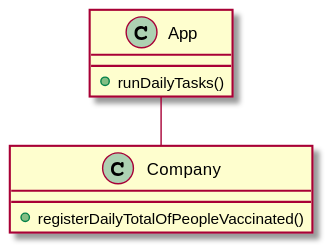
The PlantUML diagram docs/SprintD/US006/US006_CD.svg in Pirussa/lei-22-s2-1da-g02, before a commit.
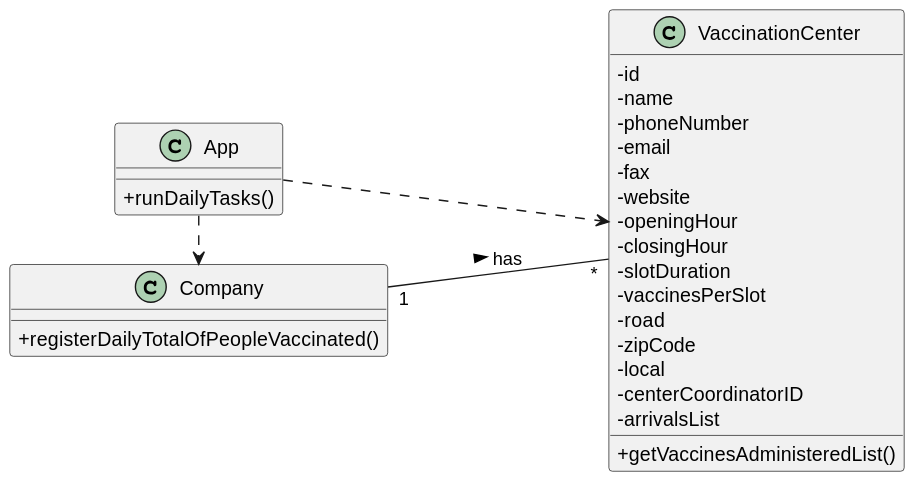
Above is the later version.

The edit, as a diff of the source:
```diff
@@ -1,10 +1,29 @@
 @startuml
 
-
+skinparam classAttributeIconSize 0
 
 
 class App{
 +runDailyTasks()
+}
+
+class VaccinationCenter{
+-id
+-name
+-phoneNumber
+-email
+-fax
+-website
+-openingHour
+-closingHour
+-slotDuration
+-vaccinesPerSlot
+-road
+-zipCode
+-local
+-centerCoordinatorID
+-arrivalsList
++getVaccinesAdministeredList()
 }
 
 
@@ -16,7 +35,7 @@
 left to right direction
 
 
-App -r- Company
-
-
+App .r.> Company
+App .>VaccinationCenter
+Company"1" --- "*"VaccinationCenter: > has
 @enduml
```
